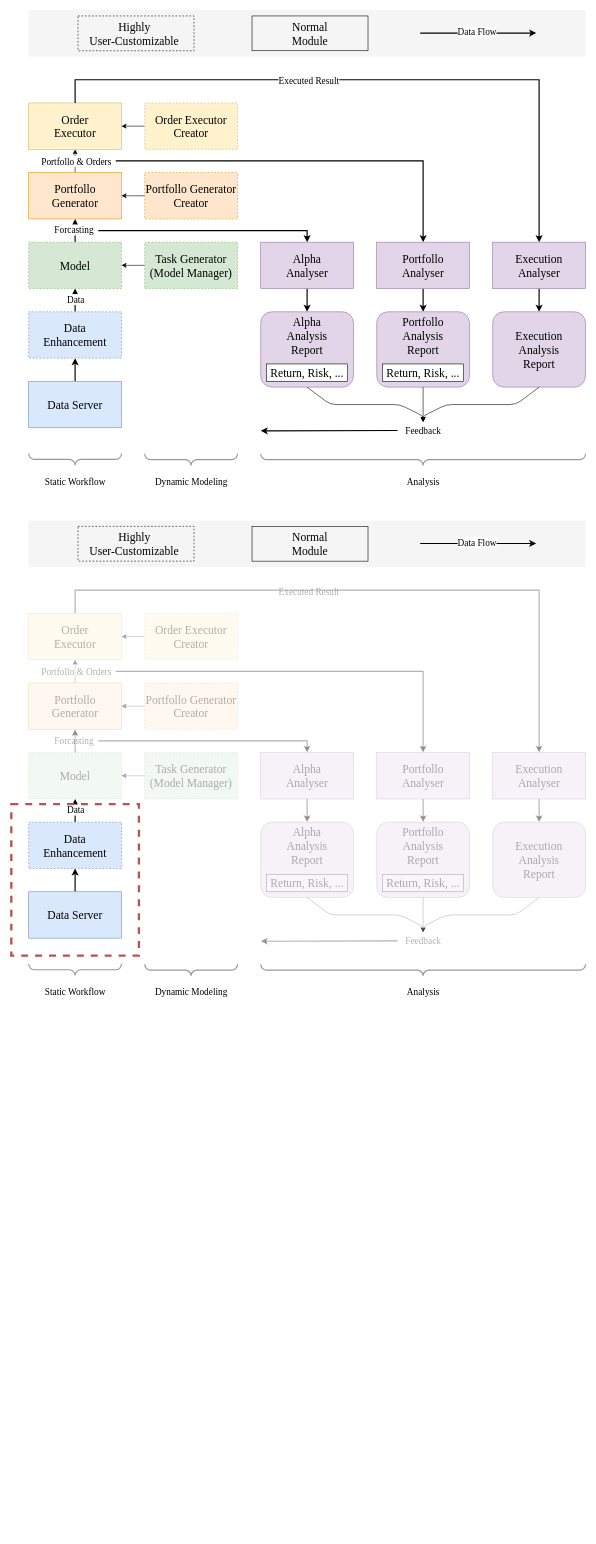
zhiyuan5986/draw_io keeps this draw.io diagram as draw/Qlib流程.drawio. Above is the earlier version. Source tidied: cells renumbered, new cells numbered last; positions are measured from the earlier drawing's top-left corner, leaving out a move shared by most shapes. Both pictures are drawn from the tidied source at 58%, with x=0, y=0 at pixel (11, 10).
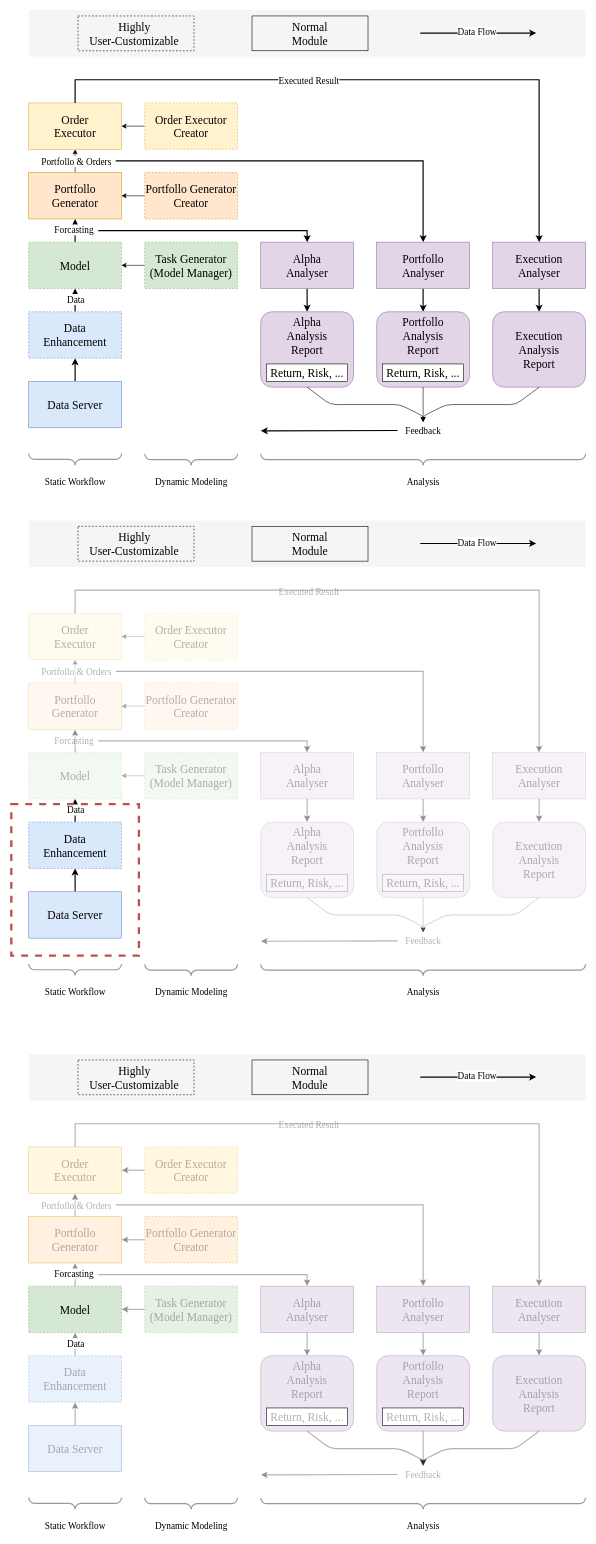
Above is the later version.

Diff of the diagram source:
```diff
@@
+    <mxCell id="101" style="edgeStyle=orthogonalEdgeStyle;rounded=0;jettySize=auto;html=1;strokeWidth=2;textOpacity=30;opacity=30;" parent="1" edge="1" source="102" target="105">
+      <mxGeometry relative="1" as="geometry" />
+    </mxCell>
+    <mxCell id="102" value="&lt;font face=&quot;Times New Roman&quot; style=&quot;font-size: 20px;&quot;&gt;Data Server&lt;/font&gt;" style="rounded=0;whiteSpace=wrap;html=1;fillColor=#dae8fc;strokeColor=#6c8ebf;textOpacity=30;opacity=60;" parent="1" vertex="1">
+      <mxGeometry x="30" y="2440" width="160" height="80" as="geometry" />
+    </mxCell>
+    <mxCell id="103" style="edgeStyle=orthogonalEdgeStyle;rounded=0;jettySize=auto;html=1;strokeWidth=2;opacity=30;" parent="1" edge="1" source="105" target="110">
+      <mxGeometry relative="1" as="geometry" />
+    </mxCell>
+    <mxCell id="104" value="&lt;font style=&quot;font-size: 16px;&quot; face=&quot;Times New Roman&quot;&gt;Data&lt;/font&gt;" style="edgeLabel;html=1;align=center;verticalAlign=middle;" parent="103" vertex="1">
+      <mxGeometry x="0.08" relative="1" as="geometry" />
+    </mxCell>
+    <mxCell id="105" value="&lt;font face=&quot;Times New Roman&quot;&gt;&lt;span style=&quot;font-size: 20px;&quot;&gt;Data&lt;/span&gt;&lt;/font&gt;&lt;div&gt;&lt;span style=&quot;font-size: 20px; font-family: &amp;quot;Times New Roman&amp;quot;; background-color: initial;&quot;&gt;Enhancement&lt;/span&gt;&lt;/div&gt;" style="rounded=0;whiteSpace=wrap;html=1;fillColor=#dae8fc;strokeColor=#6c8ebf;dashed=1;textOpacity=30;opacity=60;" parent="1" vertex="1">
+      <mxGeometry x="30" y="2320" width="160" height="80" as="geometry" />
+    </mxCell>
+    <mxCell id="106" style="edgeStyle=orthogonalEdgeStyle;rounded=0;jettySize=auto;html=1;opacity=30;strokeWidth=2;" parent="1" edge="1" source="107" target="110">
+      <mxGeometry relative="1" as="geometry" />
+    </mxCell>
+    <mxCell id="107" value="&lt;font face=&quot;Times New Roman&quot; style=&quot;font-size: 20px;&quot;&gt;Task Generator&lt;/font&gt;&lt;div&gt;&lt;font face=&quot;Times New Roman&quot; style=&quot;font-size: 20px;&quot;&gt;(Model Manager)&lt;/font&gt;&lt;/div&gt;" style="rounded=0;whiteSpace=wrap;html=1;fillColor=#d5e8d4;strokeColor=#82b366;dashed=1;textOpacity=30;opacity=60;" parent="1" vertex="1">
+      <mxGeometry x="230" y="2200" width="160" height="80" as="geometry" />
+    </mxCell>
+    <mxCell id="108" style="edgeStyle=orthogonalEdgeStyle;rounded=0;jettySize=auto;html=1;strokeWidth=2;opacity=30;" parent="1" edge="1" source="110" target="113">
+      <mxGeometry relative="1" as="geometry" />
+    </mxCell>
+    <mxCell id="109" value="&lt;font style=&quot;font-size: 16px;&quot; face=&quot;Times New Roman&quot;&gt;Forcasting&lt;/font&gt;" style="edgeLabel;html=1;align=center;verticalAlign=middle;" parent="108" vertex="1">
+      <mxGeometry x="0.1" y="3" relative="1" as="geometry" />
+    </mxCell>
+    <mxCell id="110" value="&lt;font style=&quot;font-size: 20px;&quot; face=&quot;Times New Roman&quot;&gt;Model&lt;/font&gt;" style="rounded=0;whiteSpace=wrap;html=1;fillColor=#d5e8d4;strokeColor=#82b366;dashed=1;" parent="1" vertex="1">
+      <mxGeometry x="30" y="2200" width="160" height="80" as="geometry" />
+    </mxCell>
+    <mxCell id="111" style="edgeStyle=orthogonalEdgeStyle;rounded=0;jettySize=auto;html=1;textOpacity=30;opacity=30;strokeWidth=2;" parent="1" edge="1" source="113" target="119">
+      <mxGeometry relative="1" as="geometry" />
+    </mxCell>
+    <mxCell id="112" value="&lt;font style=&quot;font-size: 16px;&quot; face=&quot;Times New Roman&quot;&gt;Portfollo &amp;amp; Orders&lt;/font&gt;" style="edgeLabel;html=1;align=center;verticalAlign=middle;textOpacity=30;" parent="111" vertex="1">
+      <mxGeometry x="-0.02" y="-1" relative="1" as="geometry" />
+    </mxCell>
+    <mxCell id="113" value="&lt;font style=&quot;font-size: 20px;&quot; face=&quot;Times New Roman&quot;&gt;Portfollo&lt;/font&gt;&lt;div&gt;&lt;font style=&quot;font-size: 20px;&quot; face=&quot;Times New Roman&quot;&gt;Generator&lt;/font&gt;&lt;/div&gt;" style="rounded=0;whiteSpace=wrap;html=1;fillColor=#ffe6cc;strokeColor=#d79b00;textOpacity=30;opacity=60;" parent="1" vertex="1">
+      <mxGeometry x="30" y="2080" width="160" height="80" as="geometry" />
+    </mxCell>
+    <mxCell id="114" style="edgeStyle=orthogonalEdgeStyle;rounded=0;jettySize=auto;html=1;strokeWidth=2;textOpacity=30;opacity=30;" parent="1" edge="1" source="115" target="129">
+      <mxGeometry relative="1" as="geometry" />
+    </mxCell>
+    <mxCell id="115" value="&lt;div&gt;&lt;font style=&quot;font-size: 20px;&quot; face=&quot;Times New Roman&quot;&gt;Alpha&lt;/font&gt;&lt;/div&gt;&lt;font style=&quot;font-size: 20px;&quot; face=&quot;Times New Roman&quot;&gt;Analyser&lt;/font&gt;" style="rounded=0;whiteSpace=wrap;html=1;fillColor=#e1d5e7;strokeColor=#9673a6;textOpacity=30;opacity=60;" parent="1" vertex="1">
+      <mxGeometry x="430" y="2200" width="160" height="80" as="geometry" />
+    </mxCell>
+    <mxCell id="116" style="endArrow=classic;html=1;rounded=0;entryX=0.5;entryY=0;entryDx=0;entryDy=0;strokeWidth=2;textOpacity=30;opacity=30;" parent="1" edge="1" target="115">
+      <mxGeometry relative="1" as="geometry">
+        <mxPoint x="150" y="2180" as="sourcePoint" />
+        <Array as="points">
+          <mxPoint x="510" y="2180" />
+        </Array>
+      </mxGeometry>
+    </mxCell>
+    <mxCell id="117" style="edgeStyle=orthogonalEdgeStyle;rounded=0;jettySize=auto;html=1;textOpacity=30;opacity=30;strokeWidth=2;" parent="1" edge="1" source="118" target="113">
+      <mxGeometry relative="1" as="geometry" />
+    </mxCell>
+    <mxCell id="118" value="&lt;font style=&quot;font-size: 20px;&quot; face=&quot;Times New Roman&quot;&gt;Portfollo&amp;nbsp;&lt;/font&gt;&lt;span style=&quot;font-size: 20px; font-family: &amp;quot;Times New Roman&amp;quot;; background-color: initial;&quot;&gt;Generator&lt;/span&gt;&lt;div&gt;&lt;font style=&quot;font-size: 20px;&quot; face=&quot;Times New Roman&quot;&gt;Creator&lt;/font&gt;&lt;/div&gt;" style="rounded=0;whiteSpace=wrap;html=1;fillColor=#ffe6cc;strokeColor=#d79b00;dashed=1;textOpacity=30;opacity=60;" parent="1" vertex="1">
+      <mxGeometry x="230" y="2080" width="160" height="80" as="geometry" />
+    </mxCell>
+    <mxCell id="119" value="&lt;font face=&quot;Times New Roman&quot;&gt;&lt;span style=&quot;font-size: 20px;&quot;&gt;Order&lt;/span&gt;&lt;/font&gt;&lt;div&gt;&lt;font face=&quot;Times New Roman&quot;&gt;&lt;span style=&quot;font-size: 20px;&quot;&gt;Executor&lt;/span&gt;&lt;/font&gt;&lt;/div&gt;" style="rounded=0;whiteSpace=wrap;html=1;fillColor=#fff2cc;strokeColor=#d6b656;textOpacity=30;opacity=60;" parent="1" vertex="1">
+      <mxGeometry x="30" y="1960" width="160" height="80" as="geometry" />
+    </mxCell>
+    <mxCell id="120" style="edgeStyle=orthogonalEdgeStyle;rounded=0;jettySize=auto;html=1;textOpacity=30;opacity=30;strokeWidth=2;" parent="1" edge="1" source="121" target="119">
+      <mxGeometry relative="1" as="geometry" />
+    </mxCell>
+    <mxCell id="121" value="&lt;font face=&quot;Times New Roman&quot;&gt;&lt;span style=&quot;font-size: 20px;&quot;&gt;Order Executor&lt;/span&gt;&lt;/font&gt;&lt;div&gt;&lt;font style=&quot;font-size: 20px;&quot; face=&quot;Times New Roman&quot;&gt;Creator&lt;/font&gt;&lt;/div&gt;" style="rounded=0;whiteSpace=wrap;html=1;fillColor=#fff2cc;strokeColor=#d6b656;dashed=1;textOpacity=30;opacity=60;" parent="1" vertex="1">
+      <mxGeometry x="230" y="1960" width="160" height="80" as="geometry" />
+    </mxCell>
+    <mxCell id="122" style="endArrow=classic;html=1;rounded=0;entryX=0.5;entryY=0;entryDx=0;entryDy=0;strokeWidth=2;textOpacity=30;opacity=30;" parent="1" edge="1" target="124">
+      <mxGeometry relative="1" as="geometry">
+        <mxPoint x="180" y="2060" as="sourcePoint" />
+        <Array as="points">
+          <mxPoint x="710" y="2060" />
+        </Array>
+      </mxGeometry>
+    </mxCell>
+    <mxCell id="123" style="edgeStyle=orthogonalEdgeStyle;rounded=0;jettySize=auto;html=1;strokeWidth=2;textOpacity=30;opacity=30;" parent="1" edge="1" source="124" target="131">
+      <mxGeometry relative="1" as="geometry" />
+    </mxCell>
+    <mxCell id="124" value="&lt;div&gt;&lt;font style=&quot;font-size: 20px;&quot; face=&quot;Times New Roman&quot;&gt;Portfollo&lt;/font&gt;&lt;/div&gt;&lt;font style=&quot;font-size: 20px;&quot; face=&quot;Times New Roman&quot;&gt;Analyser&lt;/font&gt;" style="rounded=0;whiteSpace=wrap;html=1;fillColor=#e1d5e7;strokeColor=#9673a6;textOpacity=30;opacity=60;" parent="1" vertex="1">
+      <mxGeometry x="630" y="2200" width="160" height="80" as="geometry" />
+    </mxCell>
+    <mxCell id="125" style="edgeStyle=orthogonalEdgeStyle;rounded=0;jettySize=auto;html=1;strokeWidth=2;textOpacity=30;opacity=30;" parent="1" edge="1" source="126" target="133">
+      <mxGeometry relative="1" as="geometry" />
+    </mxCell>
+    <mxCell id="126" value="&lt;div&gt;&lt;font style=&quot;font-size: 20px;&quot; face=&quot;Times New Roman&quot;&gt;Execution&lt;/font&gt;&lt;/div&gt;&lt;font style=&quot;font-size: 20px;&quot; face=&quot;Times New Roman&quot;&gt;Analyser&lt;/font&gt;" style="rounded=0;whiteSpace=wrap;html=1;fillColor=#e1d5e7;strokeColor=#9673a6;textOpacity=30;opacity=60;" parent="1" vertex="1">
+      <mxGeometry x="830" y="2200" width="160" height="80" as="geometry" />
+    </mxCell>
+    <mxCell id="127" style="endArrow=classic;html=1;rounded=0;entryX=0.5;entryY=0;entryDx=0;entryDy=0;exitX=0.5;exitY=0;exitDx=0;exitDy=0;strokeWidth=2;textOpacity=30;opacity=30;" parent="1" edge="1" source="119">
+      <mxGeometry relative="1" as="geometry">
+        <mxPoint x="910" y="2200" as="targetPoint" />
+        <Array as="points">
+          <mxPoint x="110" y="1920" />
+          <mxPoint x="910" y="1920" />
+        </Array>
+      </mxGeometry>
+    </mxCell>
+    <mxCell id="128" value="&lt;font style=&quot;font-size: 16px;&quot;&gt;Executed Result&lt;/font&gt;" style="edgeLabel;html=1;align=center;verticalAlign=middle;fontFamily=Times New Roman;textOpacity=30;" parent="127" vertex="1">
+      <mxGeometry x="-0.21" y="-1" relative="1" as="geometry" />
+    </mxCell>
+    <mxCell id="129" value="&lt;font style=&quot;font-size: 20px;&quot;&gt;Alpha&lt;/font&gt;&lt;div style=&quot;font-size: 20px;&quot;&gt;&lt;font style=&quot;font-size: 20px;&quot;&gt;Analysis&lt;/font&gt;&lt;/div&gt;&lt;div style=&quot;font-size: 20px;&quot;&gt;&lt;font style=&quot;font-size: 20px;&quot;&gt;Report&lt;/font&gt;&lt;/div&gt;&lt;div style=&quot;font-size: 20px;&quot;&gt;&lt;font style=&quot;font-size: 20px;&quot;&gt;&lt;br&gt;&lt;/font&gt;&lt;/div&gt;&lt;div style=&quot;font-size: 20px;&quot;&gt;&lt;font style=&quot;font-size: 20px;&quot;&gt;&lt;br&gt;&lt;/font&gt;&lt;/div&gt;" style="rounded=1;whiteSpace=wrap;html=1;fontFamily=Times New Roman;fillColor=#e1d5e7;strokeColor=#9673a6;textOpacity=30;opacity=60;" parent="1" vertex="1">
+      <mxGeometry x="430" y="2320" width="160" height="130" as="geometry" />
+    </mxCell>
+    <mxCell id="130" value="&lt;font style=&quot;font-size: 20px;&quot; face=&quot;Times New Roman&quot;&gt;Return, Risk, ...&lt;/font&gt;" style="rounded=0;whiteSpace=wrap;html=1;textOpacity=30;" parent="1" vertex="1">
+      <mxGeometry x="440" y="2410" width="140" height="30" as="geometry" />
+    </mxCell>
+    <mxCell id="131" value="&lt;font style=&quot;font-size: 20px;&quot;&gt;Portfollo&lt;/font&gt;&lt;div style=&quot;font-size: 20px;&quot;&gt;&lt;font style=&quot;font-size: 20px;&quot;&gt;Analysis&lt;/font&gt;&lt;/div&gt;&lt;div style=&quot;font-size: 20px;&quot;&gt;&lt;font style=&quot;font-size: 20px;&quot;&gt;Report&lt;/font&gt;&lt;/div&gt;&lt;div style=&quot;font-size: 20px;&quot;&gt;&lt;font style=&quot;font-size: 20px;&quot;&gt;&lt;br&gt;&lt;/font&gt;&lt;/div&gt;&lt;div style=&quot;font-size: 20px;&quot;&gt;&lt;font style=&quot;font-size: 20px;&quot;&gt;&lt;br&gt;&lt;/font&gt;&lt;/div&gt;" style="rounded=1;whiteSpace=wrap;html=1;fontFamily=Times New Roman;fillColor=#e1d5e7;strokeColor=#9673a6;textOpacity=30;opacity=60;" parent="1" vertex="1">
+      <mxGeometry x="630" y="2320" width="160" height="130" as="geometry" />
+    </mxCell>
+    <mxCell id="132" value="&lt;font style=&quot;font-size: 20px;&quot; face=&quot;Times New Roman&quot;&gt;Return, Risk, ...&lt;/font&gt;" style="rounded=0;whiteSpace=wrap;html=1;textOpacity=30;" parent="1" vertex="1">
+      <mxGeometry x="640" y="2410" width="140" height="30" as="geometry" />
+    </mxCell>
+    <mxCell id="133" value="&lt;font style=&quot;font-size: 20px;&quot;&gt;Execution&lt;/font&gt;&lt;div style=&quot;font-size: 20px;&quot;&gt;&lt;font style=&quot;font-size: 20px;&quot;&gt;Analysis&lt;/font&gt;&lt;/div&gt;&lt;div style=&quot;font-size: 20px;&quot;&gt;&lt;font style=&quot;font-size: 20px;&quot;&gt;Report&lt;/font&gt;&lt;/div&gt;" style="rounded=1;whiteSpace=wrap;html=1;fontFamily=Times New Roman;fillColor=#e1d5e7;strokeColor=#9673a6;textOpacity=30;opacity=60;" parent="1" vertex="1">
+      <mxGeometry x="830" y="2320" width="160" height="130" as="geometry" />
+    </mxCell>
+    <mxCell id="134" style="endArrow=classic;html=1;rounded=1;exitX=0.5;exitY=1;exitDx=0;exitDy=0;curved=0;textOpacity=30;opacity=30;strokeWidth=2;" parent="1" edge="1" source="129">
+      <mxGeometry relative="1" as="geometry">
+        <mxPoint x="710" y="2510" as="targetPoint" />
+        <Array as="points">
+          <mxPoint x="550" y="2480" />
+          <mxPoint x="670" y="2480" />
+          <mxPoint x="710" y="2500" />
+        </Array>
+      </mxGeometry>
+    </mxCell>
+    <mxCell id="135" style="endArrow=classic;html=1;rounded=0;exitX=0.5;exitY=1;exitDx=0;exitDy=0;textOpacity=30;opacity=30;strokeWidth=2;" parent="1" edge="1" source="131">
+      <mxGeometry relative="1" as="geometry">
+        <mxPoint x="710" y="2510" as="targetPoint" />
+      </mxGeometry>
+    </mxCell>
+    <mxCell id="136" style="endArrow=classic;html=1;rounded=1;exitX=0.5;exitY=1;exitDx=0;exitDy=0;curved=0;textOpacity=30;opacity=30;strokeWidth=2;" parent="1" edge="1" source="133">
+      <mxGeometry relative="1" as="geometry">
+        <mxPoint x="710" y="2510" as="targetPoint" />
+        <Array as="points">
+          <mxPoint x="870" y="2480" />
+          <mxPoint x="750" y="2480" />
+          <mxPoint x="710" y="2500" />
+        </Array>
+      </mxGeometry>
+    </mxCell>
+    <mxCell id="137" value="&lt;font style=&quot;font-size: 16px;&quot;&gt;Feedback&lt;/font&gt;" style="text;html=1;align=center;verticalAlign=middle;strokeColor=none;fillColor=none;fontFamily=Times New Roman;textOpacity=30;" parent="1" vertex="1">
+      <mxGeometry x="670" y="2510" width="80" height="30" as="geometry" />
+    </mxCell>
+    <mxCell id="138" style="endArrow=classic;html=1;rounded=0;exitX=-0.05;exitY=0.312;exitDx=0;exitDy=0;exitPerimeter=0;fontSize=11;strokeWidth=2;textOpacity=30;opacity=30;" parent="1" edge="1">
+      <mxGeometry relative="1" as="geometry">
+        <mxPoint x="666" y="2524.7" as="sourcePoint" />
+        <mxPoint x="430" y="2525.3" as="targetPoint" />
+      </mxGeometry>
+    </mxCell>
+    <mxCell id="139" style="verticalLabelPosition=bottom;shadow=0;dashed=0;align=center;html=1;verticalAlign=top;strokeWidth=2;shape=mxgraph.mockup.markup.curlyBrace;whiteSpace=wrap;strokeColor=#999999;rotation=-180;" parent="1" vertex="1">
+      <mxGeometry x="30" y="2564.5" width="160" height="20" as="geometry" />
+    </mxCell>
+    <mxCell id="140" value="Static Workflow" style="text;html=1;align=center;verticalAlign=middle;strokeColor=none;fillColor=none;fontSize=16;fontFamily=Times New Roman;" parent="1" vertex="1">
+      <mxGeometry x="45" y="2598" width="130" height="30" as="geometry" />
+    </mxCell>
+    <mxCell id="141" style="verticalLabelPosition=bottom;shadow=0;dashed=0;align=center;html=1;verticalAlign=top;strokeWidth=2;shape=mxgraph.mockup.markup.curlyBrace;whiteSpace=wrap;strokeColor=#999999;rotation=-180;" parent="1" vertex="1">
+      <mxGeometry x="230" y="2565" width="160" height="20" as="geometry" />
+    </mxCell>
+    <mxCell id="142" value="Dynamic Modeling" style="text;html=1;align=center;verticalAlign=middle;strokeColor=none;fillColor=none;fontSize=16;fontFamily=Times New Roman;" parent="1" vertex="1">
+      <mxGeometry x="235" y="2598" width="150" height="30" as="geometry" />
+    </mxCell>
+    <mxCell id="143" value="Analysis" style="text;html=1;align=center;verticalAlign=middle;strokeColor=none;fillColor=none;fontSize=16;fontFamily=Times New Roman;" parent="1" vertex="1">
+      <mxGeometry x="670" y="2598" width="80" height="30" as="geometry" />
+    </mxCell>
+    <mxCell id="144" style="verticalLabelPosition=bottom;shadow=0;dashed=0;align=center;html=1;verticalAlign=top;strokeWidth=2;shape=mxgraph.mockup.markup.curlyBrace;whiteSpace=wrap;strokeColor=#999999;rotation=-180;" parent="1" vertex="1">
+      <mxGeometry x="430" y="2565" width="560" height="20" as="geometry" />
+    </mxCell>
+    <mxCell id="145" style="rounded=0;whiteSpace=wrap;html=1;fillColor=#f5f5f5;fontColor=#333333;strokeColor=none;" parent="1" vertex="1">
+      <mxGeometry x="30" y="1800" width="960" height="80" as="geometry" />
+    </mxCell>
+    <mxCell id="146" value="&lt;font style=&quot;font-size: 20px;&quot;&gt;Highly&amp;nbsp;&lt;/font&gt;&lt;div style=&quot;font-size: 20px;&quot;&gt;&lt;font style=&quot;font-size: 20px;&quot;&gt;User-Customizable&lt;span style=&quot;white-space: pre; font-size: 20px;&quot;&gt;&#9;&lt;/span&gt;&lt;/font&gt;&lt;/div&gt;" style="rounded=0;whiteSpace=wrap;html=1;fillColor=none;dashed=1;fontFamily=Times New Roman;fontSize=20;" parent="1" vertex="1">
+      <mxGeometry x="115" y="1810" width="200" height="60" as="geometry" />
+    </mxCell>
+    <mxCell id="147" value="Normal&lt;div&gt;Module&lt;/div&gt;" style="rounded=0;whiteSpace=wrap;html=1;fillColor=none;fontFamily=Times New Roman;fontSize=20;" parent="1" vertex="1">
+      <mxGeometry x="415" y="1810" width="200" height="60" as="geometry" />
+    </mxCell>
+    <mxCell id="148" style="endArrow=classic;html=1;rounded=0;strokeWidth=2;" parent="1" edge="1">
+      <mxGeometry relative="1" as="geometry">
+        <mxPoint x="705" y="1839.5" as="sourcePoint" />
+        <mxPoint x="905" y="1839.5" as="targetPoint" />
+      </mxGeometry>
+    </mxCell>
+    <mxCell id="149" value="&lt;font style=&quot;font-size: 16px;&quot; face=&quot;Times New Roman&quot;&gt;Data Flow&lt;/font&gt;" style="edgeLabel;html=1;align=center;verticalAlign=middle;" parent="148" vertex="1">
+      <mxGeometry x="-0.03" y="2" relative="1" as="geometry" />
+    </mxCell>
```
